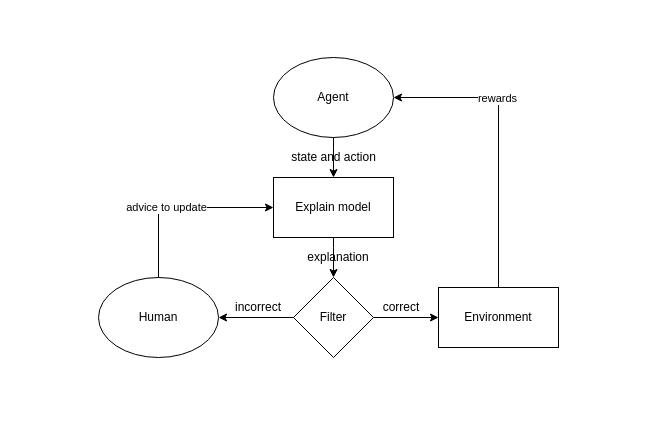
bobkatla/Honours_SafeRLWithXAI keeps this draw.io diagram as figs/GeneralSystem.drawio. Above is the earlier version. Source tidied: cells renumbered, new cells numbered last; positions are measured from the earlier drawing's top-left corner, leaving out a move shared by most shapes. Both pictures are drawn from the tidied source at 100%, with x=0, y=0 at pixel (98, 57).
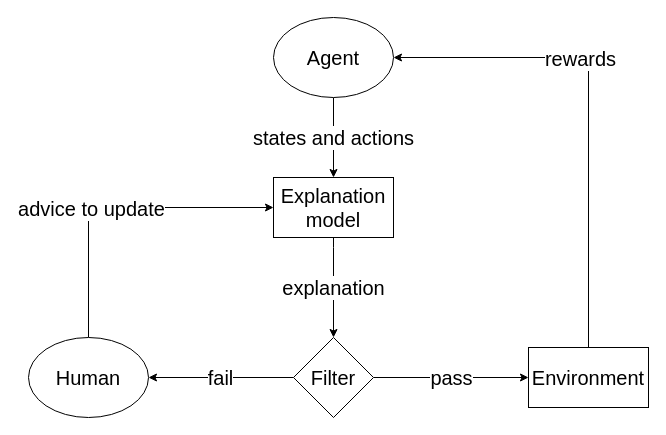
The same page after the edit.

Change to the diagram source:
```diff
@@
-    <mxCell id="2" style="edgeStyle=orthogonalEdgeStyle;rounded=0;jettySize=auto;html=1;exitX=0.5;exitY=1;exitDx=0;exitDy=0;entryX=0.5;entryY=0;entryDx=0;entryDy=0;" parent="1" edge="1" source="3" target="11">
+    <mxCell id="2" value="explanation" style="edgeStyle=orthogonalEdgeStyle;rounded=0;jettySize=auto;html=1;exitX=0.5;exitY=1;exitDx=0;exitDy=0;entryX=0.5;entryY=0;entryDx=0;entryDy=0;fontSize=20;" parent="1" edge="1" source="3" target="11">
       <mxGeometry relative="1" as="geometry">
         <Array as="points">
           <mxPoint x="235" y="190" />
           <mxPoint x="235" y="190" />
         </Array>
       </mxGeometry>
     </mxCell>
-    <mxCell id="3" value="Explain model" style="rounded=0;whiteSpace=wrap;html=1;" parent="1" vertex="1">
+    <mxCell id="3" value="Explanation model" style="rounded=0;whiteSpace=wrap;html=1;fontSize=20;" parent="1" vertex="1">
       <mxGeometry x="175" y="120" width="120" height="60" as="geometry" />
     </mxCell>
-    <mxCell id="4" style="edgeStyle=orthogonalEdgeStyle;rounded=0;jettySize=auto;html=1;exitX=0.5;exitY=0;exitDx=0;exitDy=0;entryX=0;entryY=0.5;entryDx=0;entryDy=0;" parent="1" edge="1" source="6" target="3">
+    <mxCell id="4" style="edgeStyle=orthogonalEdgeStyle;rounded=0;jettySize=auto;html=1;exitX=0.5;exitY=0;exitDx=0;exitDy=0;entryX=0;entryY=0.5;entryDx=0;entryDy=0;fontSize=20;" parent="1" edge="1" source="6" target="3">
       <mxGeometry relative="1" as="geometry" />
     </mxCell>
-    <mxCell id="5" value="advice to update" style="edgeLabel;html=1;align=center;verticalAlign=middle;" parent="4" vertex="1">
-      <mxGeometry x="-0.17" y="1" relative="1" as="geometry" />
+    <mxCell id="5" value="advice to update" style="edgeLabel;html=1;align=center;verticalAlign=middle;fontSize=20;" parent="4" vertex="1">
+      <mxGeometry x="-0.17" y="1" relative="1" as="geometry">
+        <mxPoint x="1" y="1" as="offset" />
+      </mxGeometry>
     </mxCell>
-    <mxCell id="6" value="Human" style="ellipse;whiteSpace=wrap;html=1;" parent="1" vertex="1">
-      <mxGeometry y="220" width="120" height="80" as="geometry" />
+    <mxCell id="6" value="Human" style="ellipse;whiteSpace=wrap;html=1;fontSize=20;" parent="1" vertex="1">
+      <mxGeometry x="-70" y="280" width="120" height="80" as="geometry" />
     </mxCell>
-    <mxCell id="7" style="edgeStyle=orthogonalEdgeStyle;rounded=0;jettySize=auto;html=1;exitX=0.5;exitY=1;exitDx=0;exitDy=0;entryX=0.5;entryY=0;entryDx=0;entryDy=0;startArrow=none;" parent="1" edge="1" source="15" target="3">
-      <mxGeometry relative="1" as="geometry">
-        <Array as="points">
-          <mxPoint x="235" y="90" />
-          <mxPoint x="235" y="90" />
-        </Array>
-      </mxGeometry>
-    </mxCell>
+    <mxCell id="20" value="states and actions" style="edgeStyle=orthogonalEdgeStyle;rounded=0;jettySize=auto;html=1;exitX=0.5;exitY=1;exitDx=0;exitDy=0;entryX=0.5;entryY=0;entryDx=0;entryDy=0;fontSize=20;" parent="1" edge="1" source="8" target="3">
+      <mxGeometry relative="1" as="geometry" />
+    </mxCell>
-    <mxCell id="8" value="Agent" style="ellipse;whiteSpace=wrap;html=1;" parent="1" vertex="1">
-      <mxGeometry x="175" width="120" height="80" as="geometry" />
+    <mxCell id="8" value="Agent" style="ellipse;whiteSpace=wrap;html=1;fontSize=20;" parent="1" vertex="1">
+      <mxGeometry x="175" y="-40" width="120" height="80" as="geometry" />
     </mxCell>
-    <mxCell id="9" style="edgeStyle=orthogonalEdgeStyle;rounded=0;jettySize=auto;html=1;exitX=0;exitY=0.5;exitDx=0;exitDy=0;entryX=1;entryY=0.5;entryDx=0;entryDy=0;" parent="1" edge="1" source="11" target="6">
+    <mxCell id="9" value="fail" style="edgeStyle=orthogonalEdgeStyle;rounded=0;jettySize=auto;html=1;exitX=0;exitY=0.5;exitDx=0;exitDy=0;entryX=1;entryY=0.5;entryDx=0;entryDy=0;fontSize=20;" parent="1" edge="1" source="11" target="6">
       <mxGeometry relative="1" as="geometry" />
     </mxCell>
-    <mxCell id="10" style="edgeStyle=orthogonalEdgeStyle;rounded=0;jettySize=auto;html=1;exitX=1;exitY=0.5;exitDx=0;exitDy=0;entryX=0;entryY=0.5;entryDx=0;entryDy=0;" parent="1" edge="1" source="11" target="14">
+    <mxCell id="10" value="pass" style="edgeStyle=orthogonalEdgeStyle;rounded=0;jettySize=auto;html=1;exitX=1;exitY=0.5;exitDx=0;exitDy=0;entryX=0;entryY=0.5;entryDx=0;entryDy=0;fontSize=20;" parent="1" edge="1" source="11" target="14">
       <mxGeometry relative="1" as="geometry" />
     </mxCell>
-    <mxCell id="11" value="Filter" style="rhombus;whiteSpace=wrap;html=1;" parent="1" vertex="1">
-      <mxGeometry x="195" y="220" width="80" height="80" as="geometry" />
+    <mxCell id="11" value="Filter" style="rhombus;whiteSpace=wrap;html=1;fontSize=20;" parent="1" vertex="1">
+      <mxGeometry x="195" y="280" width="80" height="80" as="geometry" />
     </mxCell>
-    <mxCell id="12" style="edgeStyle=orthogonalEdgeStyle;rounded=0;jettySize=auto;html=1;exitX=0.5;exitY=0;exitDx=0;exitDy=0;entryX=1;entryY=0.5;entryDx=0;entryDy=0;" parent="1" edge="1" source="14" target="8">
+    <mxCell id="12" style="edgeStyle=orthogonalEdgeStyle;rounded=0;jettySize=auto;html=1;exitX=0.5;exitY=0;exitDx=0;exitDy=0;entryX=1;entryY=0.5;entryDx=0;entryDy=0;fontSize=20;" parent="1" edge="1" source="14" target="8">
       <mxGeometry relative="1" as="geometry" />
     </mxCell>
-    <mxCell id="13" value="rewards" style="edgeLabel;html=1;align=center;verticalAlign=middle;" parent="12" vertex="1">
-      <mxGeometry x="0.3" relative="1" as="geometry" />
+    <mxCell id="13" value="rewards" style="edgeLabel;html=1;align=center;verticalAlign=middle;fontSize=20;" parent="12" vertex="1">
+      <mxGeometry x="0.3" relative="1" as="geometry">
+        <mxPoint x="16" as="offset" />
+      </mxGeometry>
     </mxCell>
-    <mxCell id="14" value="Environment" style="rounded=0;whiteSpace=wrap;html=1;" parent="1" vertex="1">
-      <mxGeometry x="340" y="230" width="120" height="60" as="geometry" />
+    <mxCell id="14" value="Environment" style="rounded=0;whiteSpace=wrap;html=1;fontSize=20;" parent="1" vertex="1">
+      <mxGeometry x="430" y="290" width="120" height="60" as="geometry" />
     </mxCell>
-    <mxCell id="15" value="state and action" style="text;html=1;strokeColor=none;fillColor=none;align=center;verticalAlign=middle;whiteSpace=wrap;rounded=0;" parent="1" vertex="1">
-      <mxGeometry x="187.5" y="90" width="95" height="20" as="geometry" />
-    </mxCell>
-    <mxCell id="16" style="edgeStyle=orthogonalEdgeStyle;rounded=0;jettySize=auto;html=1;exitX=0.5;exitY=1;exitDx=0;exitDy=0;entryX=0.5;entryY=0;entryDx=0;entryDy=0;endArrow=none;" parent="1" edge="1" source="8" target="15">
-      <mxGeometry relative="1" as="geometry" />
-    </mxCell>
-    <mxCell id="17" value="explanation" style="text;html=1;strokeColor=none;fillColor=none;align=center;verticalAlign=middle;whiteSpace=wrap;rounded=0;" parent="1" vertex="1">
-      <mxGeometry x="220" y="190" width="40" height="20" as="geometry" />
-    </mxCell>
-    <mxCell id="18" value="incorrect" style="text;html=1;strokeColor=none;fillColor=none;align=center;verticalAlign=middle;whiteSpace=wrap;rounded=0;" parent="1" vertex="1">
-      <mxGeometry x="140" y="240" width="40" height="20" as="geometry" />
-    </mxCell>
-    <mxCell id="19" value="correct" style="text;html=1;strokeColor=none;fillColor=none;align=center;verticalAlign=middle;whiteSpace=wrap;rounded=0;" parent="1" vertex="1">
-      <mxGeometry x="283" y="240" width="40" height="20" as="geometry" />
-    </mxCell>
```
